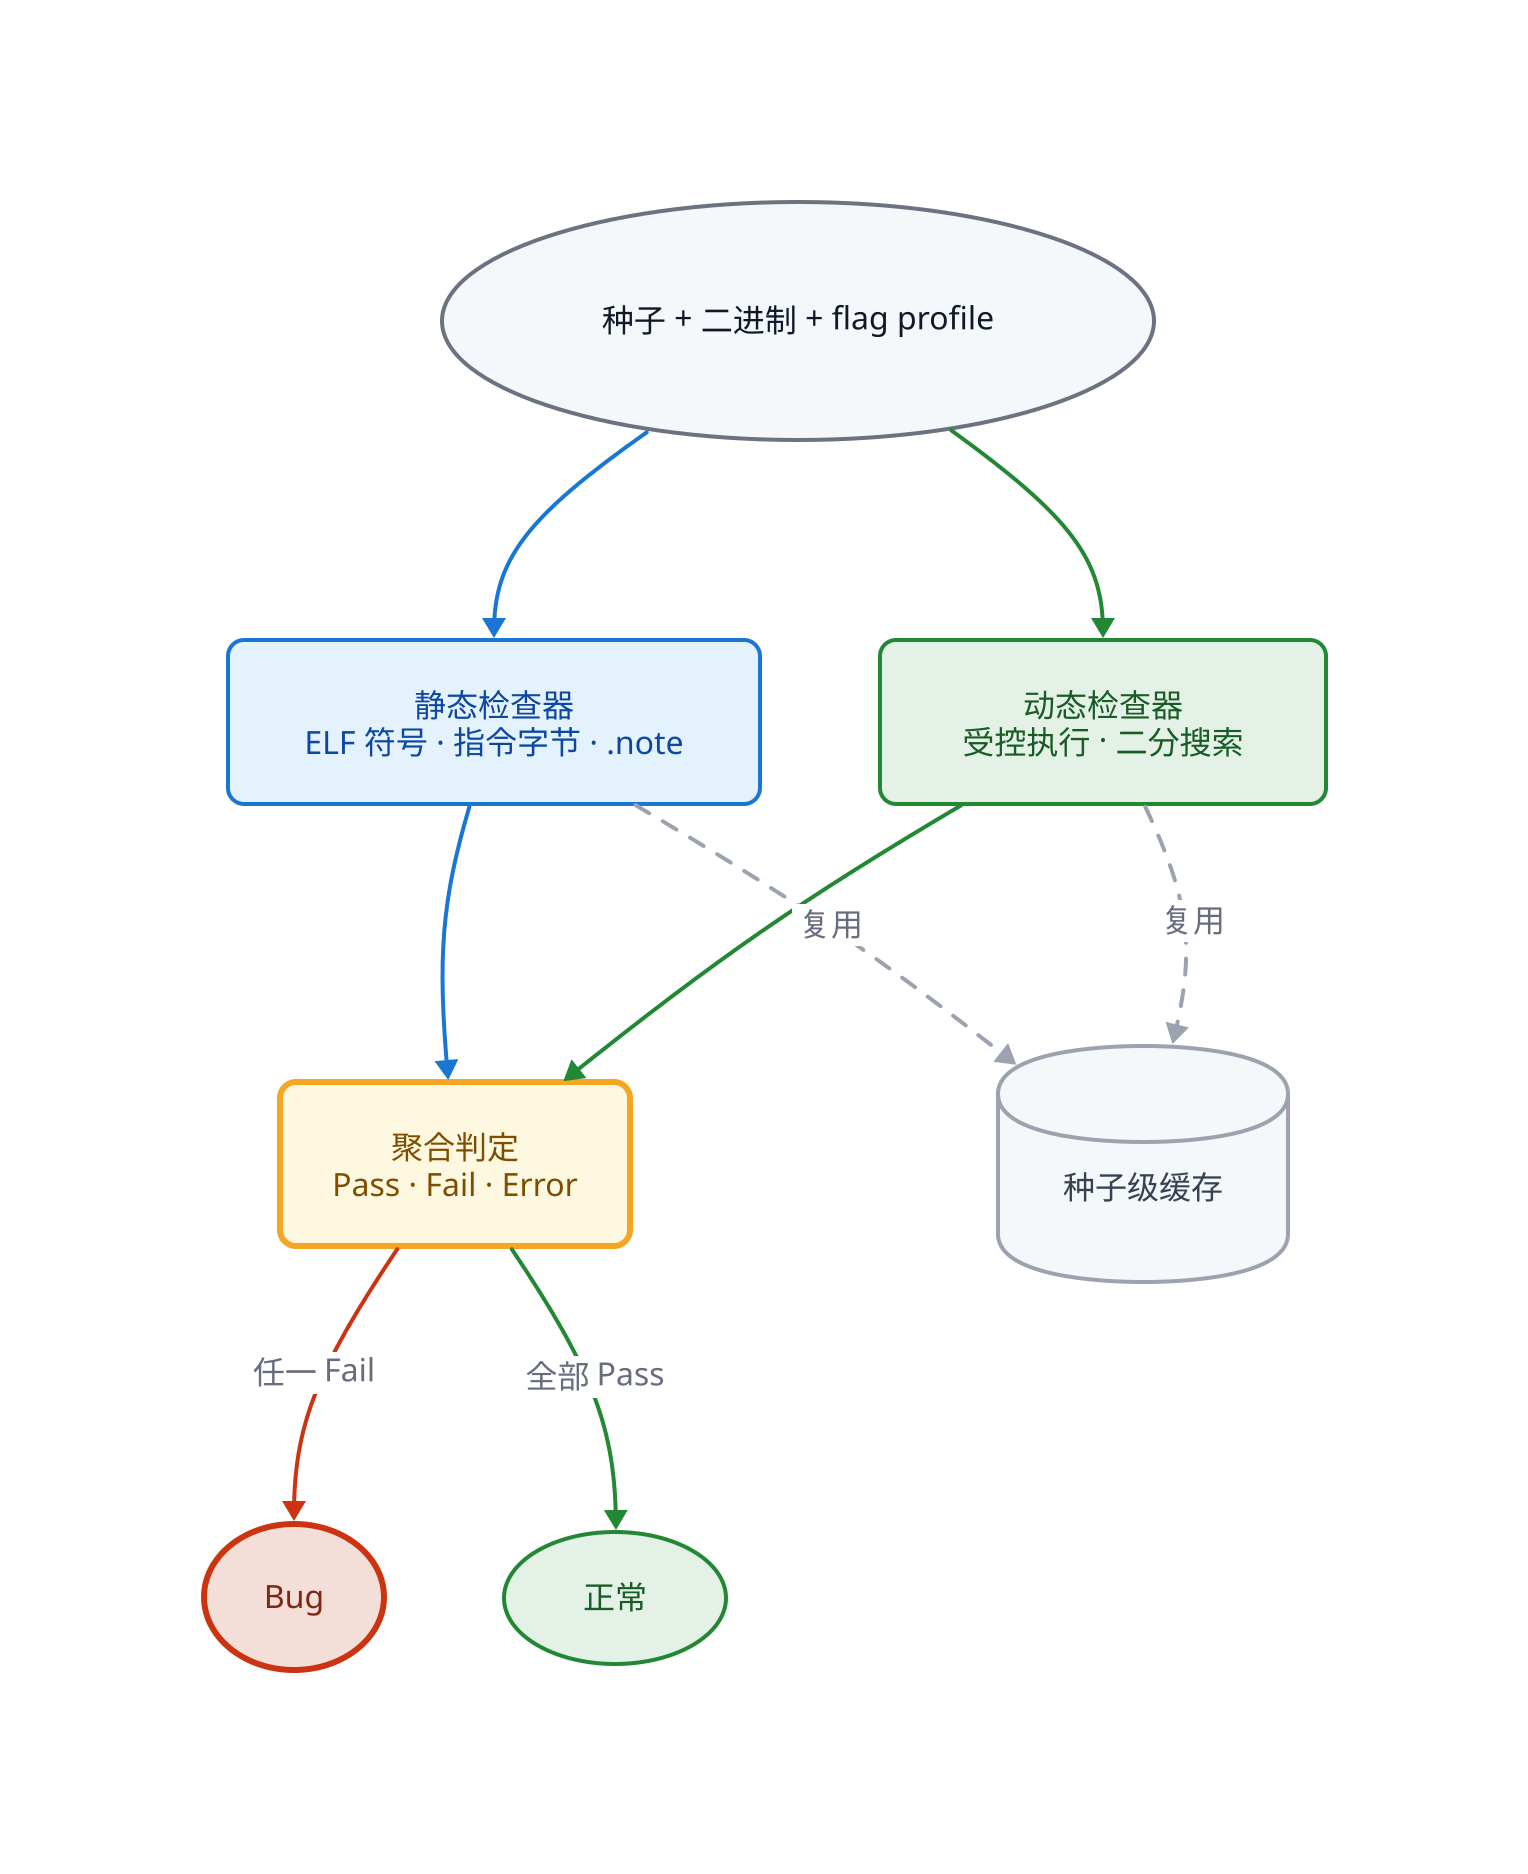
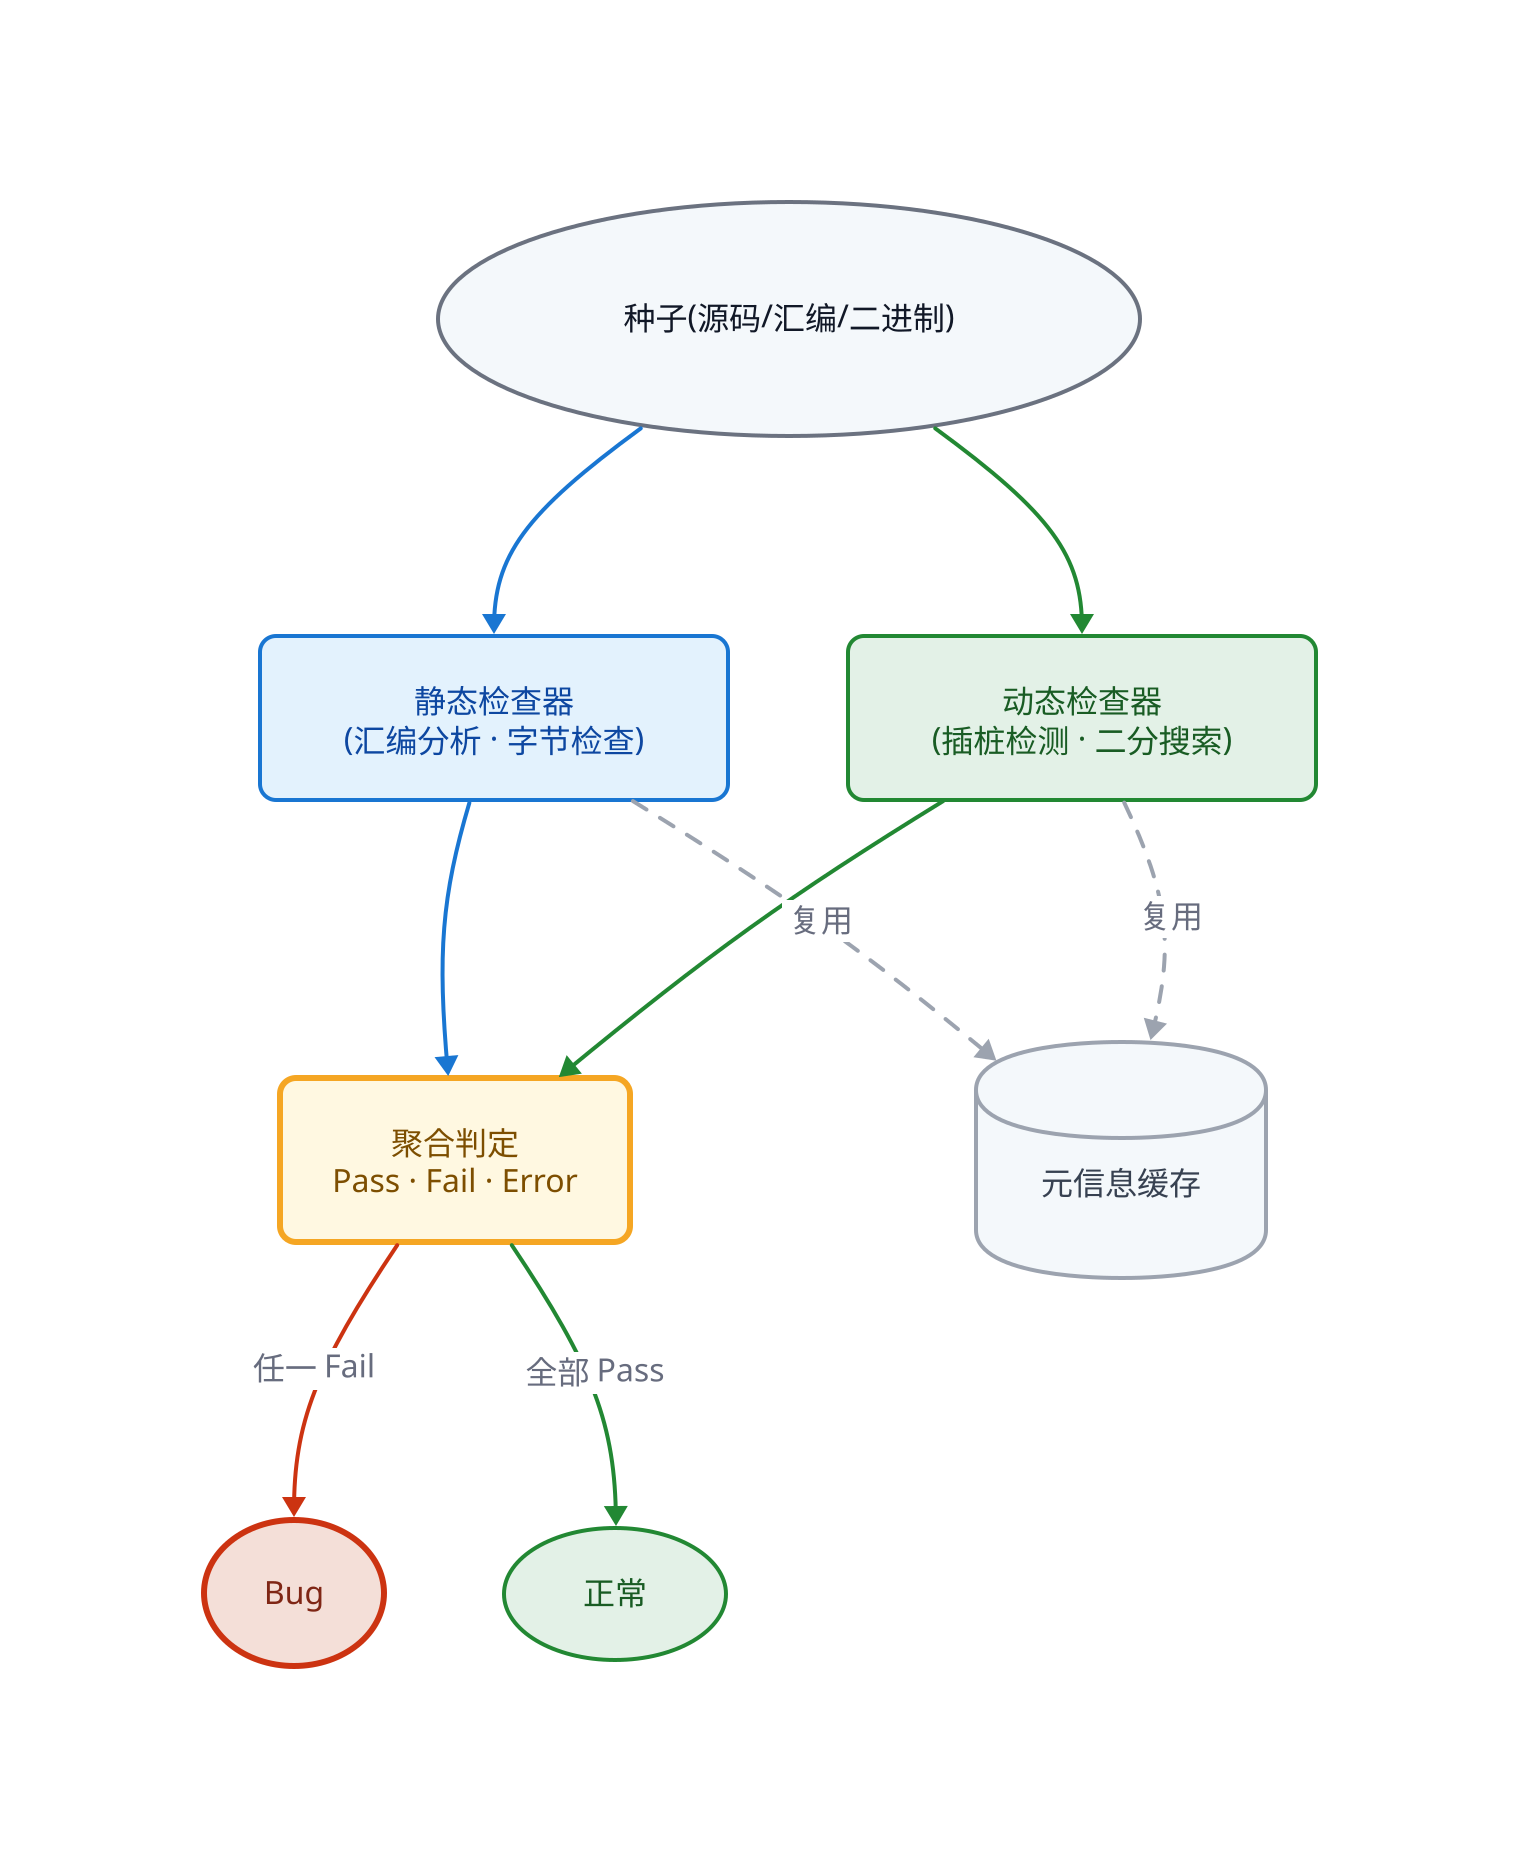
# 图 5 — 防御机制不变量预言机判定流程（中文版）
# 渲染：d2 --layout=dagre --pad=24 oracle-flow.zh.d2 oracle-flow.zh.svg

direction: down

- start: "种子 + 二进制 + flag profile" {
+ start: "种子(源码/汇编/二进制)" {
  shape: oval
  style: {
    fill: "#F4F8FB"; stroke: "#6B7280"; stroke-width: 2
    font-color: "#111827"
  }
}

- static: "静态检查器\nELF 符号 · 指令字节 · .note" {
+ static: "静态检查器\n(汇编分析 · 字节检查)" {
  style: {
    fill: "#E3F2FD"; stroke: "#1976D2"; stroke-width: 2
    font-color: "#0D47A1"; border-radius: 8
  }
}

- dynamic: "动态检查器\n受控执行 · 二分搜索" {
+ dynamic: "动态检查器\n(插桩检测 · 二分搜索)" {
  style: {
    fill: "#E3F1E7"; stroke: "#228833"; stroke-width: 2
    font-color: "#195C24"; border-radius: 8
  }
}

verdict: "聚合判定\nPass · Fail · Error" {
  style: {
    fill: "#FFF8E1"; stroke: "#F5A623"; stroke-width: 3
    font-color: "#7D4E00"; border-radius: 8; bold: true
  }
}

bug: "Bug" {
  shape: oval
  style: {
    fill: "#F4DFD8"; stroke: "#CC3311"; stroke-width: 3
    font-color: "#7F2615"; bold: true
  }
}

nobug: "正常" {
  shape: oval
  style: {
    fill: "#E3F1E7"; stroke: "#228833"; stroke-width: 2
    font-color: "#195C24"
  }
}

- cache: "种子级缓存" {
+ cache: "元信息缓存" {
  shape: cylinder
  style: {
    fill: "#F4F8FB"; stroke: "#9CA3AF"; stroke-width: 2
    font-color: "#374151"
  }
}

start -> static  { style: { stroke: "#1976D2"; stroke-width: 2 } }
start -> dynamic { style: { stroke: "#228833"; stroke-width: 2 } }
static  -> verdict { style: { stroke: "#1976D2"; stroke-width: 2 } }
dynamic -> verdict { style: { stroke: "#228833"; stroke-width: 2 } }
verdict -> bug:   "任一 Fail" { style: { stroke: "#CC3311"; stroke-width: 2 } }
verdict -> nobug: "全部 Pass" { style: { stroke: "#228833"; stroke-width: 2 } }

static  -> cache: "复用" { style: { stroke: "#9CA3AF"; stroke-width: 2; stroke-dash: 4 } }
dynamic -> cache: "复用" { style: { stroke: "#9CA3AF"; stroke-width: 2; stroke-dash: 4 } }
